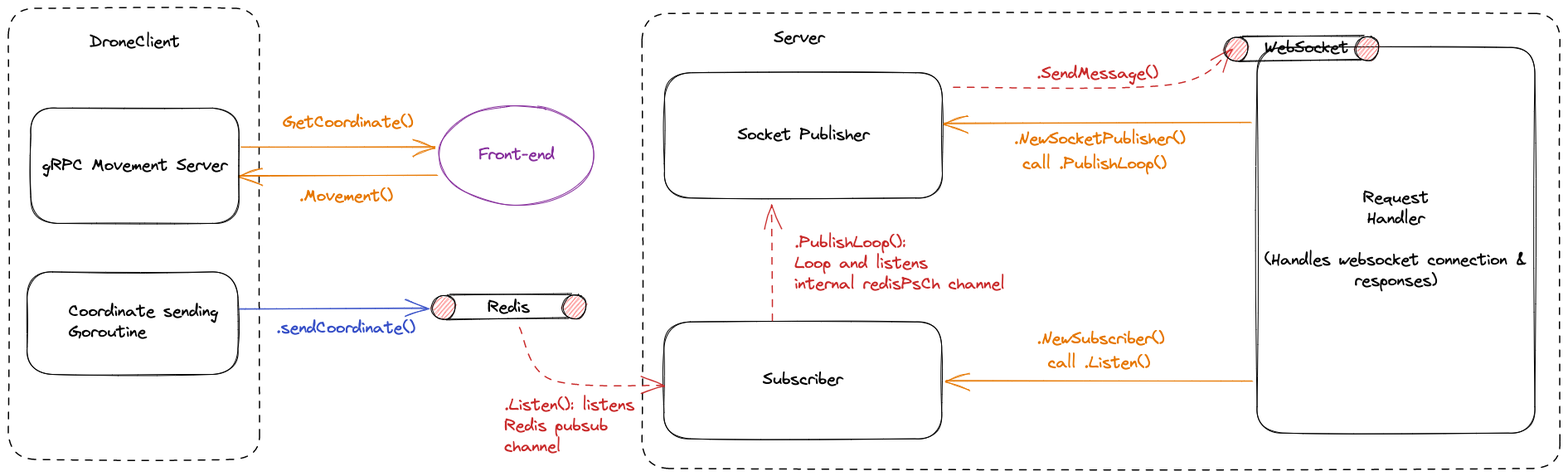
jasonkwh/droneshield-test keeps this Excalidraw diagram as doc/images/architecture.excalidraw.png. Above is the earlier version. Source tidied: one line per element, renumbered; positions are measured from the earlier drawing's top-left corner, leaving out a move shared by most shapes.
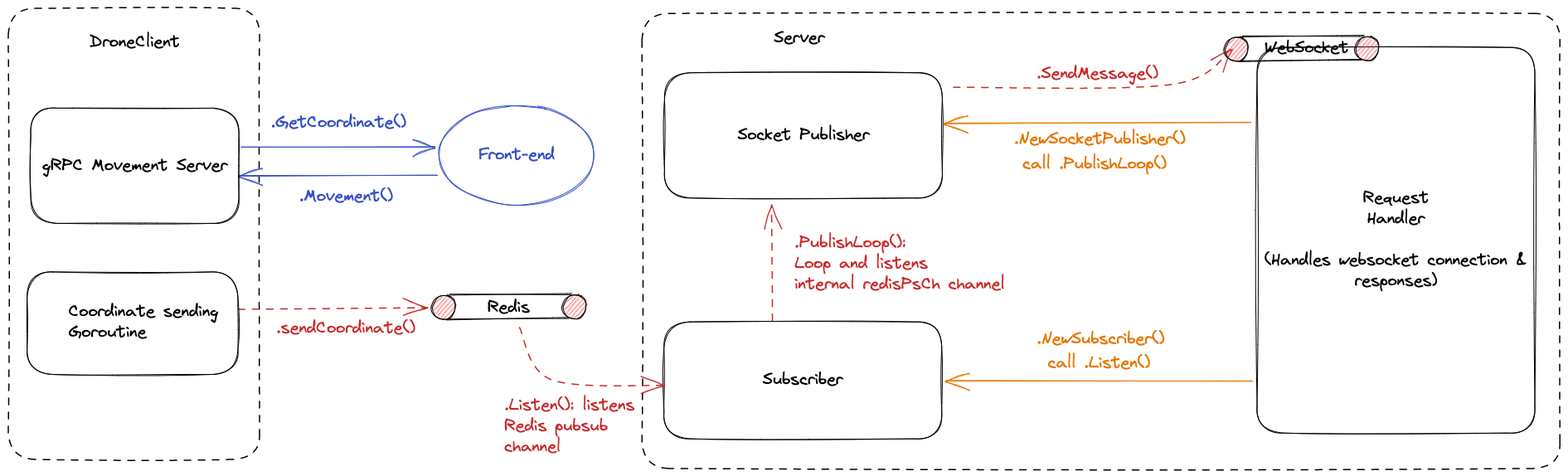
Above is the later version.

The edit, as a diff of the source:
```diff
@@ -2,16 +2,16 @@
 {"id": 1, "type": "rectangle", "strokeColor": "#000000", "strokeWidth": 1, "strokeStyle": "dashed", "roughness": 1, "round": true, "x": 764, "y": 6, "width": 1107, "height": 549}
 {"id": 2, "type": "rectangle", "strokeColor": "#000000", "strokeWidth": 1, "roughness": 1, "round": true, "x": 791, "y": 378, "width": 335, "height": 141}
 {"id": 3, "type": "text", "text": "Subscriber", "strokeColor": "#000000", "strokeWidth": 1, "roughness": 1, "fontSize": 19.89, "fontFamily": 1, "textAlign": "center", "verticalAlign": "middle", "inside": 2, "x": 910, "y": 436, "width": 97, "height": 25}
-{"id": 4, "type": "arrow", "strokeColor": "#364fc7", "strokeWidth": 1, "roughness": 1, "endArrowhead": "arrow", "round": true, "from": 41, "to": 14, "x": 278, "y": 362, "width": 227, "height": 0, "points": [[0, 0], [227, 0]]}
+{"id": 4, "type": "arrow", "strokeColor": "#c92a2a", "strokeWidth": 1, "strokeStyle": "dashed", "roughness": 1, "endArrowhead": "arrow", "round": true, "from": 41, "to": 14, "x": 278, "y": 362, "width": 227, "height": 0, "points": [[0, 0], [227, 0]]}
-{"id": 5, "type": "text", "text": ".sendCoordinate()", "strokeColor": "#364fc7", "strokeWidth": 1, "roughness": 1, "fontSize": 20, "fontFamily": 1, "x": 323, "y": 373, "width": 167, "height": 25}
+{"id": 5, "type": "text", "text": ".sendCoordinate()", "strokeColor": "#c92a2a", "strokeWidth": 1, "roughness": 1, "fontSize": 20, "fontFamily": 1, "x": 323, "y": 373, "width": 167, "height": 25}
 {"id": 6, "type": "text", "text": "call .PublishLoop()", "strokeColor": "#e67700", "strokeWidth": 1, "roughness": 1, "fontSize": 20, "fontFamily": 1, "x": 1223, "y": 175, "width": 174, "height": 25}
 {"id": 7, "type": "text", "text": "call .Listen()", "strokeColor": "#e67700", "strokeWidth": 1, "roughness": 1, "fontSize": 20, "fontFamily": 1, "x": 1254, "y": 415, "width": 123, "height": 25}
-{"id": 8, "type": "arrow", "strokeColor": "#e67700", "strokeWidth": 1, "roughness": 1, "endArrowhead": "arrow", "round": true, "from": 12, "x": 518, "y": 201, "width": 241, "height": 2, "points": [[0, 0], [-241, 2]]}
+{"id": 8, "type": "arrow", "strokeColor": "#364fc7", "strokeWidth": 1, "roughness": 1, "endArrowhead": "arrow", "round": true, "from": 12, "x": 518, "y": 201, "width": 241, "height": 2, "points": [[0, 0], [-241, 2]]}
 {"id": 9, "type": "text", "text": ".NewSubscriber()", "strokeColor": "#e67700", "strokeWidth": 1, "roughness": 1, "fontSize": 20, "fontFamily": 1, "x": 1240, "y": 386, "width": 154, "height": 25}
 {"id": 10, "type": "text", "text": ".SendMessage()", "strokeColor": "#c92a2a", "strokeWidth": 1, "roughness": 1, "fontSize": 20, "fontFamily": 1, "x": 1240, "y": 66, "width": 147, "height": 25}
-{"id": 11, "type": "text", "text": ".Movement()", "strokeColor": "#e67700", "strokeWidth": 1, "roughness": 1, "fontSize": 20, "fontFamily": 1, "x": 351, "y": 214, "width": 113, "height": 25}
+{"id": 11, "type": "text", "text": ".Movement()", "strokeColor": "#364fc7", "strokeWidth": 1, "roughness": 1, "fontSize": 20, "fontFamily": 1, "x": 351, "y": 214, "width": 113, "height": 25}
-{"id": 12, "type": "ellipse", "strokeColor": "#862e9c", "strokeWidth": 1, "roughness": 1, "round": true, "x": 519, "y": 117, "width": 188, "height": 120}
+{"id": 12, "type": "ellipse", "strokeColor": "#364fc7", "strokeWidth": 1, "roughness": 1, "round": true, "x": 519, "y": 117, "width": 188, "height": 120}
-{"id": 13, "type": "text", "text": "Front-end", "strokeColor": "#862e9c", "strokeWidth": 1, "roughness": 1, "fontSize": 20, "fontFamily": 1, "textAlign": "center", "verticalAlign": "middle", "inside": 12, "x": 567, "y": 164, "width": 92, "height": 25}
+{"id": 13, "type": "text", "text": "Front-end", "strokeColor": "#364fc7", "strokeWidth": 1, "roughness": 1, "fontSize": 20, "fontFamily": 1, "textAlign": "center", "verticalAlign": "middle", "inside": 12, "x": 567, "y": 164, "width": 92, "height": 25}
 {"id": 14, "type": "ellipse", "strokeColor": "#000000", "backgroundColor": "#fa5252", "fillStyle": "hachure", "strokeWidth": 1, "roughness": 1, "round": true, "x": 511, "y": 346, "width": 29, "height": 30}
 {"id": 15, "type": "line", "strokeColor": "#000000", "backgroundColor": "#fa5252", "fillStyle": "hachure", "strokeWidth": 1, "roughness": 1, "round": true, "x": 532, "y": 346, "width": 147, "height": 2, "points": [[0, 0], [147, -2]]}
 {"id": 16, "type": "line", "strokeColor": "#000000", "backgroundColor": "#fa5252", "fillStyle": "hachure", "strokeWidth": 1, "roughness": 1, "round": true, "x": 529, "y": 376, "width": 146, "height": 3, "points": [[0, 0], [146, -3]]}
@@ -35,8 +35,8 @@
 {"id": 34, "type": "text", "text": "WebSocket", "strokeColor": "#000000", "strokeWidth": 1, "strokeStyle": "dashed", "roughness": 1, "fontSize": 20, "fontFamily": 1, "x": 1515, "y": 35, "width": 101, "height": 25}
 {"id": 35, "type": "text", "text": ".PublishLoop():\nLoop and listens\ninternal redisPsCh channel", "strokeColor": "#c92a2a", "strokeWidth": 1, "roughness": 1, "fontSize": 20, "fontFamily": 1, "x": 948, "y": 270, "width": 254, "height": 75}
 {"id": 36, "type": "text", "text": ".Listen(): listens\nRedis pubsub \nchannel", "strokeColor": "#c92a2a", "strokeWidth": 1, "roughness": 1, "fontSize": 20, "fontFamily": 1, "x": 598, "y": 466, "width": 157, "height": 75}
-{"id": 37, "type": "arrow", "strokeColor": "#e67700", "strokeWidth": 1, "roughness": 1, "endArrowhead": "arrow", "round": true, "from": 39, "to": 12, "x": 281, "y": 167, "width": 233, "height": 1, "points": [[0, 0], [233, 1]]}
+{"id": 37, "type": "arrow", "strokeColor": "#364fc7", "strokeWidth": 1, "roughness": 1, "endArrowhead": "arrow", "round": true, "from": 39, "to": 12, "x": 281, "y": 167, "width": 233, "height": 1, "points": [[0, 0], [233, 1]]}
-{"id": 38, "type": "text", "text": "GetCoordinate()", "strokeColor": "#e67700", "strokeWidth": 1, "roughness": 1, "fontSize": 20, "fontFamily": 1, "x": 331, "y": 125, "width": 157, "height": 25}
+{"id": 38, "type": "text", "text": ".GetCoordinate()", "strokeColor": "#364fc7", "strokeWidth": 1, "roughness": 1, "fontSize": 20, "fontFamily": 1, "x": 317, "y": 125, "width": 163, "height": 25}
 {"id": 39, "type": "rectangle", "strokeColor": "#000000", "strokeWidth": 1, "roughness": 1, "round": true, "x": 27, "y": 120, "width": 251, "height": 139}
 {"id": 40, "type": "text", "text": "gRPC Movement Server", "strokeColor": "#000000", "strokeWidth": 1, "roughness": 1, "fontSize": 20, "fontFamily": 1, "textAlign": "center", "verticalAlign": "middle", "inside": 39, "x": 41, "y": 177, "width": 223, "height": 25}
 {"id": 41, "type": "rectangle", "strokeColor": "#000000", "strokeWidth": 1, "roughness": 1, "round": true, "x": 23, "y": 318, "width": 254, "height": 124}
```
